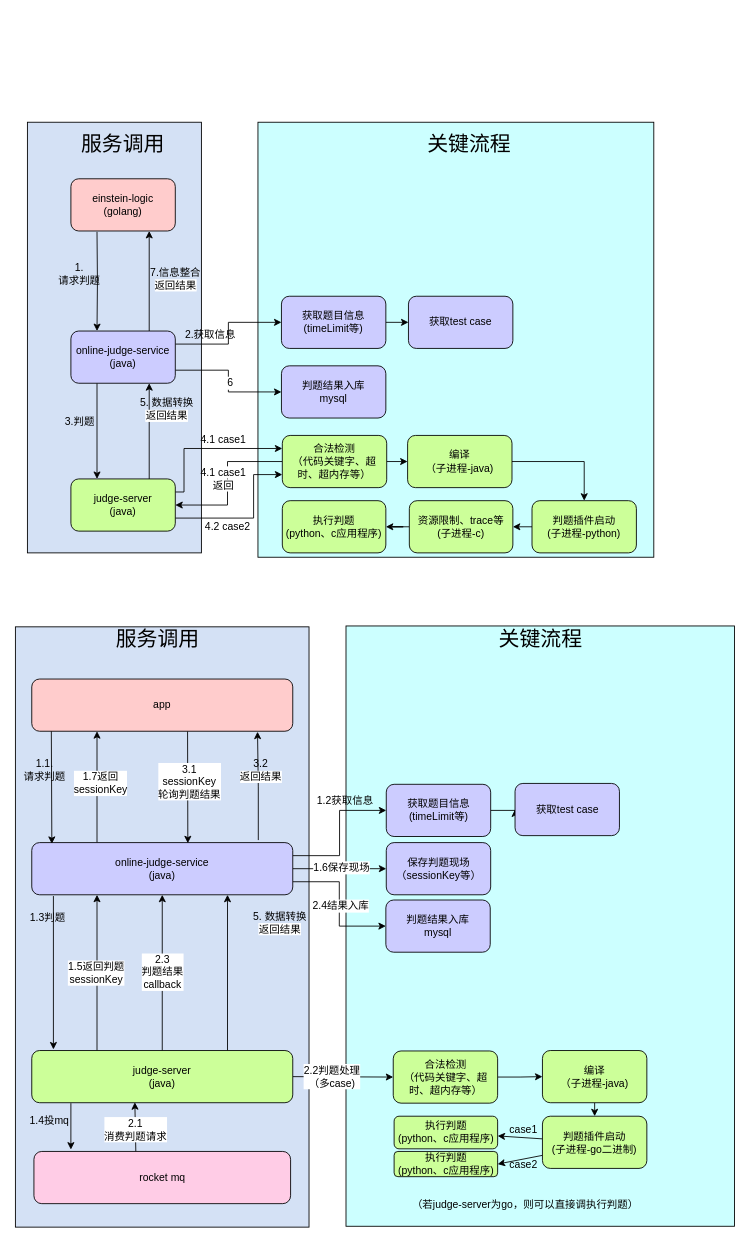
xiell2016/hetaoDesign keeps this draw.io diagram as 题库.drawio. Above is the earlier version. Source tidied: cells renumbered, new cells numbered last; positions are measured from the earlier drawing's top-left corner, leaving out a move shared by most shapes. Both pictures are drawn from the tidied source at 87%, with x=0, y=0 at pixel (15, 122).
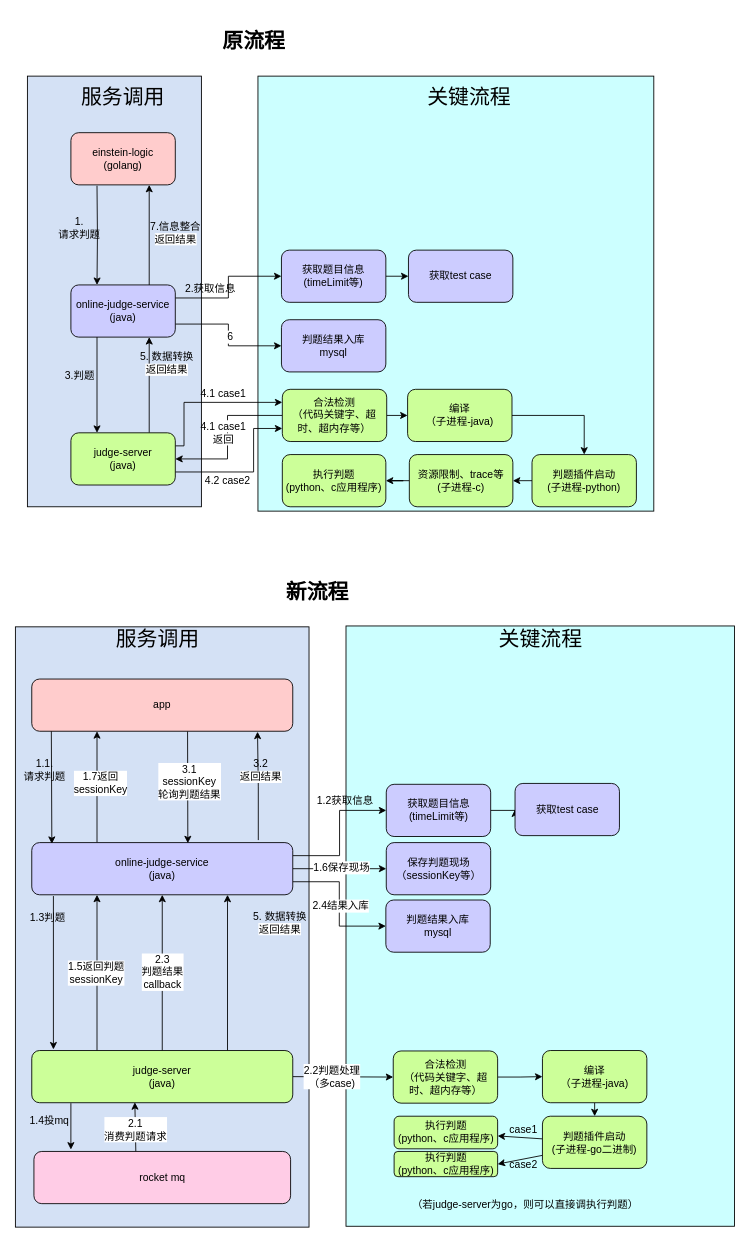
The same page after the edit.

Change to the diagram source:
```diff
@@
     <mxCell id="2" style="rounded=0;whiteSpace=wrap;html=1;fontFamily=Helvetica;fontSize=12;fillColor=#D4E1F5;" parent="1" vertex="1">
-      <mxGeometry x="14" width="200" height="495" as="geometry" />
+      <mxGeometry x="14" y="-53" width="200" height="495" as="geometry" />
     </mxCell>
     <mxCell id="3" style="rounded=0;whiteSpace=wrap;html=1;fontFamily=Helvetica;fontSize=12;fillColor=#CCFFFF;" parent="1" vertex="1">
-      <mxGeometry x="279" width="455" height="500" as="geometry" />
+      <mxGeometry x="279" y="-53" width="455" height="500" as="geometry" />
     </mxCell>
@@
     <mxCell id="9" value="online-judge-service&lt;br&gt;(java)" style="rounded=1;whiteSpace=wrap;html=1;fillColor=#CCCCFF;" parent="1" vertex="1">
-      <mxGeometry x="64" y="240" width="120" height="60" as="geometry" />
+      <mxGeometry x="64" y="187" width="120" height="60" as="geometry" />
     </mxCell>
     <mxCell id="10" style="edgeStyle=orthogonalEdgeStyle;rounded=0;jettySize=auto;html=1;exitX=1;exitY=0.25;exitDx=0;exitDy=0;entryX=0;entryY=0.25;entryDx=0;entryDy=0;fontFamily=Helvetica;fontSize=12;" parent="1" edge="1" source="13" target="17">
       <mxGeometry relative="1" as="geometry">
         <Array as="points">
-          <mxPoint x="194" y="425" />
-          <mxPoint x="194" y="375" />
+          <mxPoint x="194" y="372" />
+          <mxPoint x="194" y="322" />
         </Array>
       </mxGeometry>
     </mxCell>
     <mxCell id="11" style="edgeStyle=orthogonalEdgeStyle;rounded=0;jettySize=auto;html=1;exitX=1;exitY=0.75;exitDx=0;exitDy=0;entryX=0;entryY=0.75;entryDx=0;entryDy=0;fontFamily=Helvetica;fontSize=12;" parent="1" edge="1" source="13" target="17">
       <mxGeometry relative="1" as="geometry">
         <Array as="points">
-          <mxPoint x="274" y="455" />
-          <mxPoint x="274" y="405" />
+          <mxPoint x="274" y="402" />
+          <mxPoint x="274" y="352" />
         </Array>
       </mxGeometry>
     </mxCell>
@@
     <mxCell id="13" value="judge-server&lt;br&gt;(java)" style="rounded=1;whiteSpace=wrap;html=1;fillColor=#CCFF99;" parent="1" vertex="1">
-      <mxGeometry x="64" y="410" width="120" height="60" as="geometry" />
+      <mxGeometry x="64" y="357" width="120" height="60" as="geometry" />
     </mxCell>
     <mxCell id="14" style="edgeStyle=orthogonalEdgeStyle;rounded=0;jettySize=auto;html=1;exitX=0.25;exitY=1;exitDx=0;exitDy=0;entryX=0.25;entryY=0;entryDx=0;entryDy=0;fontFamily=Helvetica;fontSize=12;" parent="1" edge="1" target="9">
       <mxGeometry relative="1" as="geometry">
-        <mxPoint x="94" y="126" as="sourcePoint" />
+        <mxPoint x="94" y="73" as="sourcePoint" />
       </mxGeometry>
     </mxCell>
     <mxCell id="15" style="edgeStyle=orthogonalEdgeStyle;rounded=0;jettySize=auto;html=1;exitX=0;exitY=0.5;exitDx=0;exitDy=0;entryX=1;entryY=0.5;entryDx=0;entryDy=0;fontFamily=Helvetica;fontSize=12;" parent="1" edge="1" source="17" target="13">
       <mxGeometry relative="1" as="geometry">
         <Array as="points">
-          <mxPoint x="244" y="390" />
-          <mxPoint x="244" y="440" />
+          <mxPoint x="244" y="337" />
+          <mxPoint x="244" y="387" />
         </Array>
       </mxGeometry>
     </mxCell>
@@
     <mxCell id="17" value="合法检测&lt;br&gt;（代码关键字、超时、超内存等）" style="rounded=1;whiteSpace=wrap;html=1;fillColor=#CCFF99;" parent="1" vertex="1">
-      <mxGeometry x="307" y="360" width="120" height="60" as="geometry" />
+      <mxGeometry x="307" y="307" width="120" height="60" as="geometry" />
     </mxCell>
     <mxCell id="18" value="einstein-logic&lt;br&gt;(golang)" style="rounded=1;whiteSpace=wrap;html=1;fillColor=#FFCCCC;" parent="1" vertex="1">
-      <mxGeometry x="64" y="65" width="120" height="60" as="geometry" />
+      <mxGeometry x="64" y="12" width="120" height="60" as="geometry" />
     </mxCell>
@@
     <mxCell id="20" value="判题插件启动&lt;br style=&quot;border-color: var(--border-color);&quot;&gt;(子进程-python)" style="rounded=1;whiteSpace=wrap;html=1;fillColor=#CCFF99;" parent="1" vertex="1">
-      <mxGeometry x="594" y="435" width="120" height="60" as="geometry" />
+      <mxGeometry x="594" y="382" width="120" height="60" as="geometry" />
     </mxCell>
@@
     <mxCell id="22" value="资源限制、trace等&lt;br style=&quot;border-color: var(--border-color);&quot;&gt;(子进程-c)" style="rounded=1;whiteSpace=wrap;html=1;fillColor=#CCFF99;" parent="1" vertex="1">
-      <mxGeometry x="453" y="435" width="119" height="60" as="geometry" />
+      <mxGeometry x="453" y="382" width="119" height="60" as="geometry" />
     </mxCell>
@@
     <mxCell id="24" value="获取题目信息&lt;br&gt;(timeLimit等)" style="rounded=1;whiteSpace=wrap;html=1;fillColor=#CCCCFF;" parent="1" vertex="1">
-      <mxGeometry x="306" y="200" width="120" height="60" as="geometry" />
+      <mxGeometry x="306" y="147" width="120" height="60" as="geometry" />
     </mxCell>
     <mxCell id="25" value="获取test case" style="rounded=1;whiteSpace=wrap;html=1;fillColor=#CCCCFF;" parent="1" vertex="1">
-      <mxGeometry x="452" y="200" width="120" height="60" as="geometry" />
+      <mxGeometry x="452" y="147" width="120" height="60" as="geometry" />
     </mxCell>
     <mxCell id="26" value="&lt;font style=&quot;font-size: 24px;&quot;&gt;服务调用&lt;/font&gt;" style="text;html=1;strokeColor=none;fillColor=none;align=center;verticalAlign=middle;whiteSpace=wrap;rounded=0;fontSize=12;fontFamily=Helvetica;" parent="1" vertex="1">
-      <mxGeometry x="74" y="10" width="100" height="30" as="geometry" />
+      <mxGeometry x="74" y="-43" width="100" height="30" as="geometry" />
     </mxCell>
     <mxCell id="27" value="&lt;span style=&quot;font-size: 24px;&quot;&gt;关键流程&lt;/span&gt;" style="text;html=1;strokeColor=none;fillColor=none;align=center;verticalAlign=middle;whiteSpace=wrap;rounded=0;fontSize=12;fontFamily=Helvetica;" parent="1" vertex="1">
-      <mxGeometry x="472" y="10" width="100" height="30" as="geometry" />
+      <mxGeometry x="472" y="-43" width="100" height="30" as="geometry" />
     </mxCell>
     <mxCell id="28" value="判题结果入库&lt;br&gt;mysql" style="rounded=1;whiteSpace=wrap;html=1;fillColor=#CCCCFF;" parent="1" vertex="1">
-      <mxGeometry x="306" y="280" width="120" height="60" as="geometry" />
+      <mxGeometry x="306" y="227" width="120" height="60" as="geometry" />
     </mxCell>
     <mxCell id="29" value="执行判题&lt;br&gt;(python、c应用程序)" style="rounded=1;whiteSpace=wrap;html=1;fillColor=#CCFF99;" parent="1" vertex="1">
-      <mxGeometry x="307" y="435" width="119" height="60" as="geometry" />
+      <mxGeometry x="307" y="382" width="119" height="60" as="geometry" />
     </mxCell>
@@
     <mxCell id="31" value="编译&lt;br&gt;（子进程-java)" style="rounded=1;whiteSpace=wrap;html=1;fillColor=#CCFF99;" parent="1" vertex="1">
-      <mxGeometry x="451" y="360" width="120" height="60" as="geometry" />
+      <mxGeometry x="451" y="307" width="120" height="60" as="geometry" />
     </mxCell>
     <mxCell id="32" value="1. &lt;br&gt;请求判题" style="text;html=1;strokeColor=none;fillColor=none;align=center;verticalAlign=middle;whiteSpace=wrap;rounded=0;fontSize=12;fontFamily=Helvetica;fontColor=default;" parent="1" vertex="1">
-      <mxGeometry x="44" y="160" width="60" height="30" as="geometry" />
+      <mxGeometry x="44" y="107" width="60" height="30" as="geometry" />
     </mxCell>
     <mxCell id="33" value="7.信息整合&lt;br style=&quot;border-color: var(--border-color);&quot;&gt;&lt;span style=&quot;background-color: rgb(255, 255, 255);&quot;&gt;返回结果&lt;/span&gt;" style="text;html=1;align=center;verticalAlign=middle;strokeColor=none;fillColor=none;fontSize=12;fontFamily=Helvetica;fontColor=default;" parent="1" vertex="1">
-      <mxGeometry x="144" y="160" width="80" height="40" as="geometry" />
+      <mxGeometry x="144" y="107" width="80" height="40" as="geometry" />
     </mxCell>
     <mxCell id="34" value="3.判题" style="text;html=1;align=center;verticalAlign=middle;strokeColor=none;fillColor=none;fontSize=12;fontFamily=Helvetica;fontColor=default;" parent="1" vertex="1">
-      <mxGeometry x="44" y="330" width="60" height="30" as="geometry" />
+      <mxGeometry x="44" y="277" width="60" height="30" as="geometry" />
     </mxCell>
     <mxCell id="35" value="5. 数据转换&lt;br style=&quot;border-color: var(--border-color);&quot;&gt;&lt;span style=&quot;background-color: rgb(255, 255, 255);&quot;&gt;返回结果&lt;/span&gt;" style="text;html=1;align=center;verticalAlign=middle;strokeColor=none;fillColor=none;fontSize=12;fontFamily=Helvetica;fontColor=default;" parent="1" vertex="1">
-      <mxGeometry x="134" y="310" width="80" height="40" as="geometry" />
+      <mxGeometry x="134" y="257" width="80" height="40" as="geometry" />
     </mxCell>
     <mxCell id="36" value="4.1&amp;nbsp;&lt;span style=&quot;background-color: rgb(255, 255, 255);&quot;&gt;case1&lt;/span&gt;" style="text;html=1;align=center;verticalAlign=middle;strokeColor=none;fillColor=none;fontSize=12;fontFamily=Helvetica;fontColor=default;" parent="1" vertex="1">
-      <mxGeometry x="199" y="350" width="80" height="30" as="geometry" />
+      <mxGeometry x="199" y="297" width="80" height="30" as="geometry" />
     </mxCell>
     <mxCell id="37" value="4.1&amp;nbsp;&lt;span style=&quot;background-color: rgb(255, 255, 255);&quot;&gt;case1&lt;br&gt;返回&lt;/span&gt;" style="text;html=1;align=center;verticalAlign=middle;strokeColor=none;fillColor=none;fontSize=12;fontFamily=Helvetica;fontColor=default;" parent="1" vertex="1">
-      <mxGeometry x="199" y="390" width="80" height="40" as="geometry" />
+      <mxGeometry x="199" y="337" width="80" height="40" as="geometry" />
     </mxCell>
     <mxCell id="38" value="4.2&amp;nbsp;&lt;span style=&quot;background-color: rgb(255, 255, 255);&quot;&gt;case2&lt;/span&gt;" style="text;html=1;align=center;verticalAlign=middle;strokeColor=none;fillColor=none;fontSize=12;fontFamily=Helvetica;fontColor=default;" parent="1" vertex="1">
-      <mxGeometry x="204" y="450" width="80" height="30" as="geometry" />
+      <mxGeometry x="204" y="397" width="80" height="30" as="geometry" />
     </mxCell>
     <mxCell id="39" value="2.获取信息" style="text;html=1;align=center;verticalAlign=middle;strokeColor=none;fillColor=none;fontSize=12;fontFamily=Helvetica;fontColor=default;" parent="1" vertex="1">
-      <mxGeometry x="184" y="230" width="80" height="30" as="geometry" />
+      <mxGeometry x="184" y="177" width="80" height="30" as="geometry" />
     </mxCell>
@@
+    <mxCell id="92" value="&lt;h1&gt;原流程&lt;/h1&gt;" style="text;html=1;strokeColor=none;fillColor=none;align=center;verticalAlign=middle;whiteSpace=wrap;rounded=0;fontSize=12;fontFamily=Helvetica;fontColor=default;" parent="1" vertex="1">
+      <mxGeometry x="210.8" y="-103" width="127" height="20" as="geometry" />
+    </mxCell>
+    <mxCell id="93" value="&lt;h1&gt;新流程&lt;/h1&gt;" style="text;html=1;strokeColor=none;fillColor=none;align=center;verticalAlign=middle;whiteSpace=wrap;rounded=0;fontSize=12;fontFamily=Helvetica;fontColor=default;" parent="1" vertex="1">
+      <mxGeometry x="284" y="530" width="127" height="20" as="geometry" />
+    </mxCell>
```
